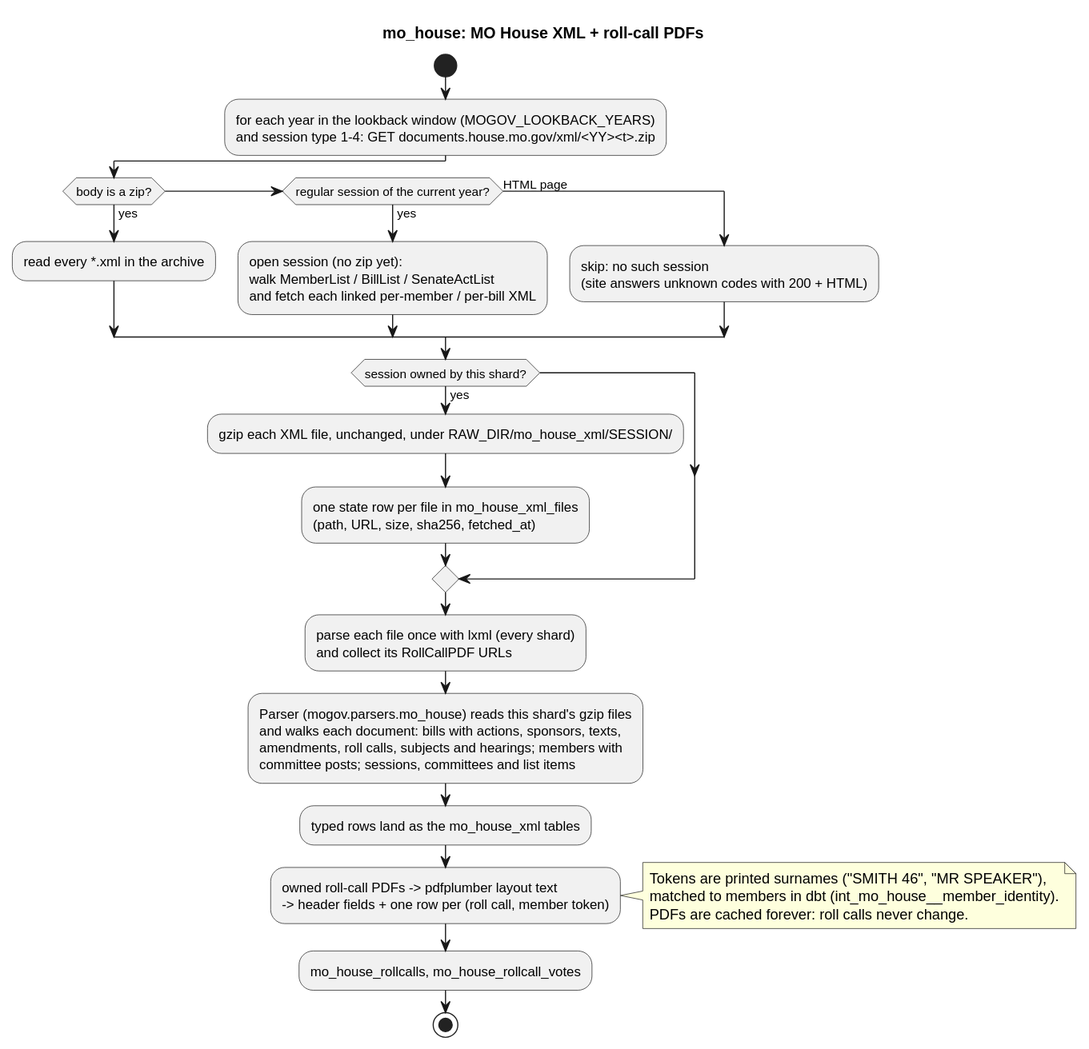
The PlantUML diagram docs/diagrams/sources/mo_house.svg in akettmann/missouri_gov_feed, before a commit. Its source is kept beside it as docs/diagrams/sources/mo_house.puml.
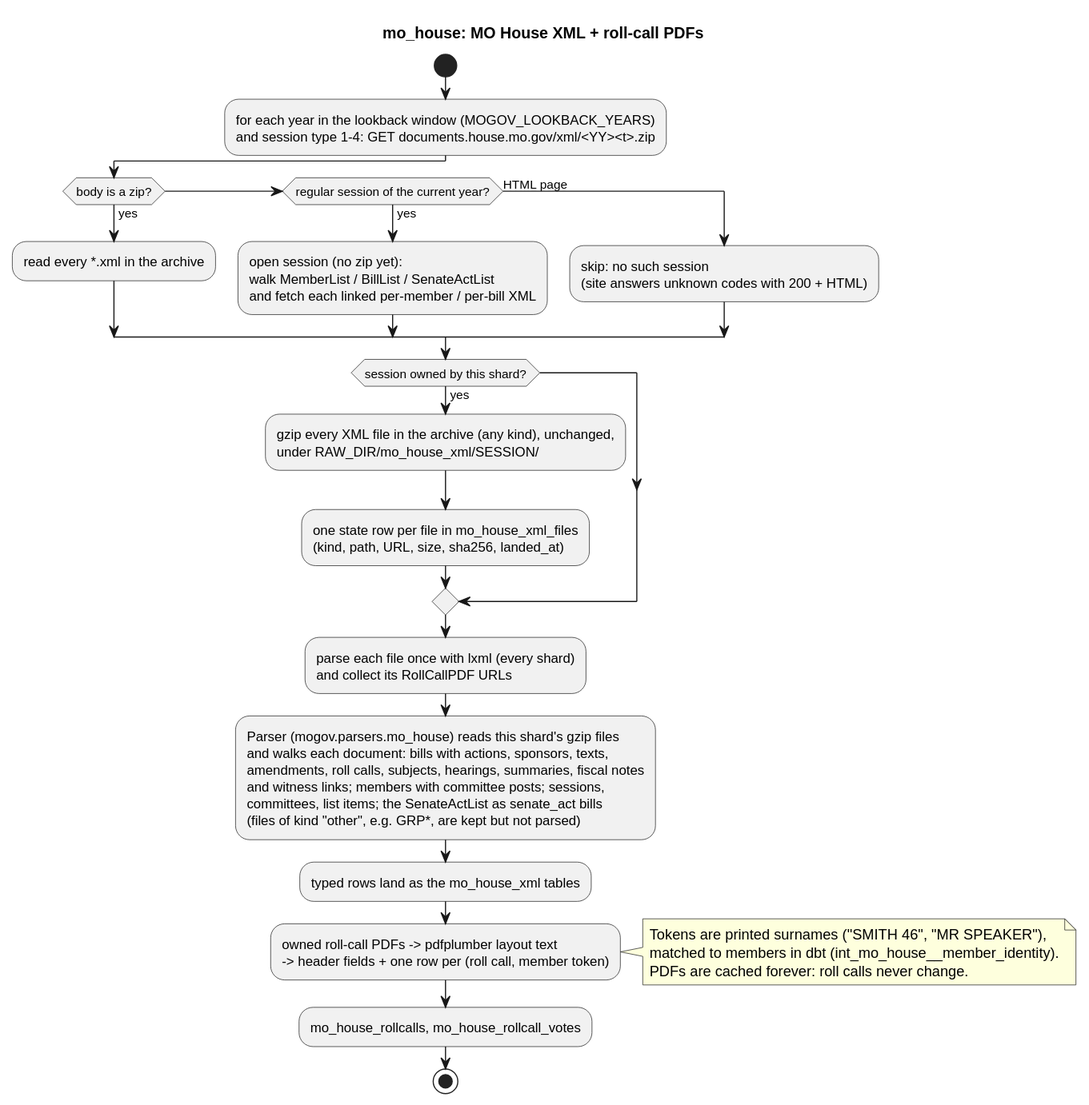
The same diagram one commit later.

Commit message:
mo_house: fix review defects (dedupe BillList, typed gaps, land GRP, SenateActList)

The edit, as a diff of the source:
```diff
@@ -14,16 +14,19 @@
   (site answers unknown codes with 200 + HTML);
 endif
 if (session owned by this shard?) then (yes)
-  :gzip each XML file, unchanged, under RAW_DIR/mo_house_xml/SESSION/;
+  :gzip every XML file in the archive (any kind), unchanged,
+  under RAW_DIR/mo_house_xml/SESSION/;
   :one state row per file in mo_house_xml_files
-  (path, URL, size, sha256, fetched_at);
+  (kind, path, URL, size, sha256, landed_at);
 endif
 :parse each file once with lxml (every shard)
 and collect its RollCallPDF URLs;
 :Parser (mogov.parsers.mo_house) reads this shard's gzip files
 and walks each document: bills with actions, sponsors, texts,
-amendments, roll calls, subjects and hearings; members with
-committee posts; sessions, committees and list items;
+amendments, roll calls, subjects, hearings, summaries, fiscal notes
+and witness links; members with committee posts; sessions,
+committees, list items; the SenateActList as senate_act bills
+(files of kind "other", e.g. GRP*, are kept but not parsed);
 :typed rows land as the mo_house_xml tables;
 :owned roll-call PDFs -> pdfplumber layout text
 -> header fields + one row per (roll call, member token);
```
